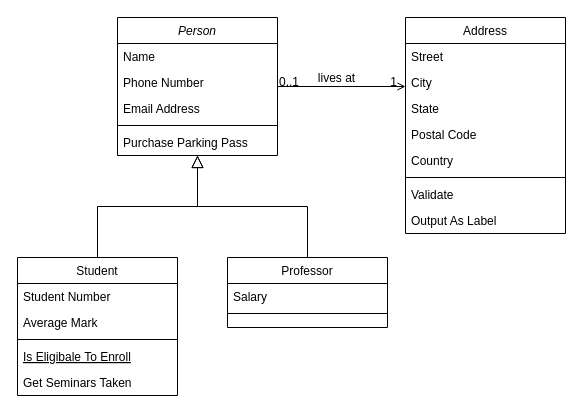
This is Assignments/A07/Untitled Diagram.drawio from LoicKonan/2143-OOP-Konan, a draw.io file, before an edit. Source tidied: cells renumbered, new cells numbered last; positions are measured from the earlier drawing's top-left corner, leaving out a move shared by most shapes. Both pictures are drawn from the tidied source at 100%, with x=0, y=0 at pixel (17, 17).
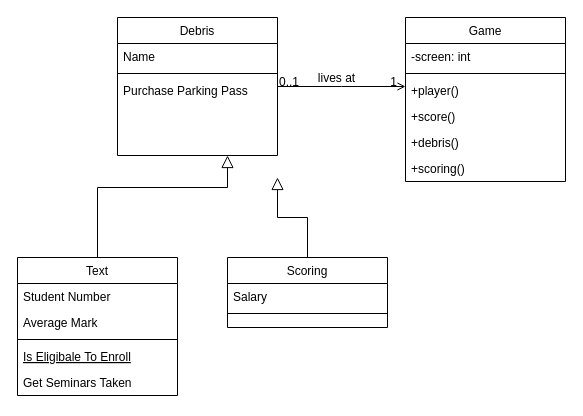
After the change.

Change to the diagram source:
```diff
@@
-    <mxCell id="2" value="Person" style="swimlane;fontStyle=2;align=center;verticalAlign=top;horizontal=1;startSize=26;rounded=0;shadow=0;strokeWidth=1;" parent="1" vertex="1">
+    <mxCell id="2" value="Debris" style="swimlane;fontStyle=0;align=center;verticalAlign=top;horizontal=1;startSize=26;rounded=0;shadow=0;strokeWidth=1;" parent="1" vertex="1">
       <mxGeometry x="100" width="160" height="138" as="geometry" />
     </mxCell>
@@
-    <mxCell id="4" value="Phone Number" style="text;align=left;verticalAlign=top;spacingLeft=4;spacingRight=4;overflow=hidden;rounded=0;shadow=0;html=0;" parent="2" vertex="1">
-      <mxGeometry y="52" width="160" height="26" as="geometry" />
-    </mxCell>
-    <mxCell id="5" value="Email Address" style="text;align=left;verticalAlign=top;spacingLeft=4;spacingRight=4;overflow=hidden;rounded=0;shadow=0;html=0;" parent="2" vertex="1">
-      <mxGeometry y="78" width="160" height="26" as="geometry" />
-    </mxCell>
     <mxCell id="6" style="line;html=1;strokeWidth=1;align=left;verticalAlign=middle;spacingTop=-1;spacingLeft=3;spacingRight=3;labelPosition=right;" parent="2" vertex="1">
-      <mxGeometry y="104" width="160" height="8" as="geometry" />
+      <mxGeometry y="52" width="160" height="8" as="geometry" />
     </mxCell>
     <mxCell id="7" value="Purchase Parking Pass" style="text;align=left;verticalAlign=top;spacingLeft=4;spacingRight=4;overflow=hidden;" parent="2" vertex="1">
-      <mxGeometry y="112" width="160" height="26" as="geometry" />
+      <mxGeometry y="60" width="160" height="26" as="geometry" />
     </mxCell>
-    <mxCell id="8" value="Student" style="swimlane;fontStyle=0;align=center;verticalAlign=top;horizontal=1;startSize=26;rounded=0;shadow=0;strokeWidth=1;" parent="1" vertex="1">
+    <mxCell id="8" value="Text" style="swimlane;fontStyle=0;align=center;verticalAlign=top;horizontal=1;startSize=26;rounded=0;shadow=0;strokeWidth=1;" parent="1" vertex="1">
       <mxGeometry y="240" width="160" height="138" as="geometry" />
     </mxCell>
@@
     <mxCell id="14" style="endArrow=block;endSize=10;endFill=0;shadow=0;strokeWidth=1;rounded=0;edgeStyle=elbowEdgeStyle;elbow=vertical;" parent="1" edge="1" source="8" target="2">
-      <mxGeometry relative="1" as="geometry" />
+      <mxGeometry relative="1" as="geometry">
+        <Array as="points">
+          <mxPoint x="210" y="170" />
+        </Array>
+      </mxGeometry>
     </mxCell>
-    <mxCell id="15" value="Professor" style="swimlane;fontStyle=0;align=center;verticalAlign=top;horizontal=1;startSize=26;rounded=0;shadow=0;strokeWidth=1;" parent="1" vertex="1">
+    <mxCell id="15" value="Scoring" style="swimlane;fontStyle=0;align=center;verticalAlign=top;horizontal=1;startSize=26;rounded=0;shadow=0;strokeWidth=1;" parent="1" vertex="1">
       <mxGeometry x="210" y="240" width="160" height="70" as="geometry" />
     </mxCell>
@@
-    <mxCell id="18" style="endArrow=block;endSize=10;endFill=0;shadow=0;strokeWidth=1;rounded=0;edgeStyle=elbowEdgeStyle;elbow=vertical;" parent="1" edge="1" source="15" target="2">
-      <mxGeometry relative="1" as="geometry" />
+    <mxCell id="18" style="endArrow=block;endSize=10;endFill=0;shadow=0;strokeWidth=1;rounded=0;edgeStyle=elbowEdgeStyle;elbow=vertical;" parent="1" edge="1" source="15">
+      <mxGeometry relative="1" as="geometry">
+        <mxPoint x="260" y="160" as="targetPoint" />
+      </mxGeometry>
     </mxCell>
-    <mxCell id="19" value="Address" style="swimlane;fontStyle=0;align=center;verticalAlign=top;horizontal=1;startSize=26;rounded=0;shadow=0;strokeWidth=1;" parent="1" vertex="1">
-      <mxGeometry x="388" width="160" height="216" as="geometry" />
+    <mxCell id="19" value="Game" style="swimlane;fontStyle=0;align=center;verticalAlign=top;horizontal=1;startSize=26;rounded=0;shadow=0;strokeWidth=1;" parent="1" vertex="1">
+      <mxGeometry x="388" width="160" height="164" as="geometry" />
     </mxCell>
-    <mxCell id="20" value="Street" style="text;align=left;verticalAlign=top;spacingLeft=4;spacingRight=4;overflow=hidden;" parent="19" vertex="1">
-      <mxGeometry y="26" width="160" height="26" as="geometry" />
-    </mxCell>
-    <mxCell id="21" value="City" style="text;align=left;verticalAlign=top;spacingLeft=4;spacingRight=4;overflow=hidden;rounded=0;shadow=0;html=0;" parent="19" vertex="1">
-      <mxGeometry y="52" width="160" height="26" as="geometry" />
-    </mxCell>
-    <mxCell id="22" value="State" style="text;align=left;verticalAlign=top;spacingLeft=4;spacingRight=4;overflow=hidden;rounded=0;shadow=0;html=0;" parent="19" vertex="1">
-      <mxGeometry y="78" width="160" height="26" as="geometry" />
-    </mxCell>
-    <mxCell id="23" value="Postal Code" style="text;align=left;verticalAlign=top;spacingLeft=4;spacingRight=4;overflow=hidden;rounded=0;shadow=0;html=0;" parent="19" vertex="1">
-      <mxGeometry y="104" width="160" height="26" as="geometry" />
-    </mxCell>
-    <mxCell id="24" value="Country" style="text;align=left;verticalAlign=top;spacingLeft=4;spacingRight=4;overflow=hidden;rounded=0;shadow=0;html=0;" parent="19" vertex="1">
-      <mxGeometry y="130" width="160" height="26" as="geometry" />
+    <mxCell id="24" value="-screen: int" style="text;align=left;verticalAlign=top;spacingLeft=4;spacingRight=4;overflow=hidden;rounded=0;shadow=0;html=0;" parent="19" vertex="1">
+      <mxGeometry y="26" width="160" height="26" as="geometry" />
     </mxCell>
     <mxCell id="25" style="line;html=1;strokeWidth=1;align=left;verticalAlign=middle;spacingTop=-1;spacingLeft=3;spacingRight=3;labelPosition=right;" parent="19" vertex="1">
-      <mxGeometry y="156" width="160" height="8" as="geometry" />
+      <mxGeometry y="52" width="160" height="8" as="geometry" />
     </mxCell>
-    <mxCell id="26" value="Validate" style="text;align=left;verticalAlign=top;spacingLeft=4;spacingRight=4;overflow=hidden;" parent="19" vertex="1">
-      <mxGeometry y="164" width="160" height="26" as="geometry" />
+    <mxCell id="26" value="+player()" style="text;align=left;verticalAlign=top;spacingLeft=4;spacingRight=4;overflow=hidden;" parent="19" vertex="1">
+      <mxGeometry y="60" width="160" height="26" as="geometry" />
     </mxCell>
-    <mxCell id="27" value="Output As Label" style="text;align=left;verticalAlign=top;spacingLeft=4;spacingRight=4;overflow=hidden;" parent="19" vertex="1">
-      <mxGeometry y="190" width="160" height="26" as="geometry" />
+    <mxCell id="27" value="+score()" style="text;align=left;verticalAlign=top;spacingLeft=4;spacingRight=4;overflow=hidden;" parent="19" vertex="1">
+      <mxGeometry y="86" width="160" height="26" as="geometry" />
     </mxCell>
+    <mxCell id="4" value="+debris()" style="text;align=left;verticalAlign=top;spacingLeft=4;spacingRight=4;overflow=hidden;rounded=0;shadow=0;html=0;" parent="19" vertex="1">
+      <mxGeometry y="112" width="160" height="26" as="geometry" />
+    </mxCell>
+    <mxCell id="5" value="+scoring()" style="text;align=left;verticalAlign=top;spacingLeft=4;spacingRight=4;overflow=hidden;rounded=0;shadow=0;html=0;" parent="19" vertex="1">
+      <mxGeometry y="138" width="160" height="26" as="geometry" />
+    </mxCell>
```
